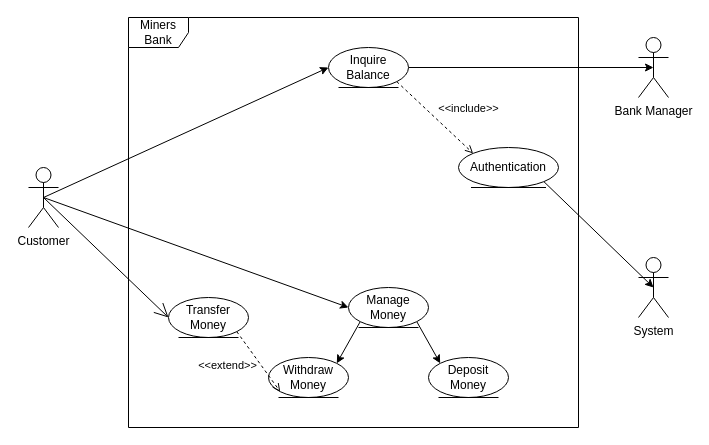
The draw.io diagram UML Diagrams/UML Use Case Diagram.drawio in V00D00M/El-Paso-Miners-Bank, before the edit. Source tidied: cells renumbered, new cells numbered last; positions are measured from the earlier drawing's top-left corner, leaving out a move shared by most shapes. Both pictures are drawn from the tidied source at 100%, with x=0, y=0 at pixel (28, 17).
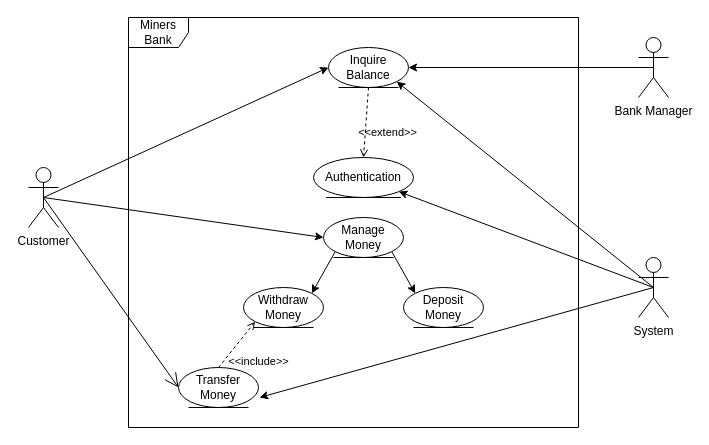
Above is the later version.

Unchanged cells that the change refers to:
```xml
<mxCell id="5" value="Customer" style="shape=umlActor;verticalLabelPosition=bottom;verticalAlign=top;html=1;" parent="1" vertex="1">
  <mxGeometry y="150" width="30" height="60" as="geometry" />
</mxCell>
<mxCell id="6" value="Bank Manager" style="shape=umlActor;verticalLabelPosition=bottom;verticalAlign=top;html=1;" parent="1" vertex="1">
  <mxGeometry x="610" y="20" width="30" height="60" as="geometry" />
</mxCell>
<mxCell id="7" value="System" style="shape=umlActor;verticalLabelPosition=bottom;verticalAlign=top;html=1;" parent="1" vertex="1">
  <mxGeometry x="610" y="240" width="30" height="60" as="geometry" />
</mxCell>
<mxCell id="10" value="Inquire Balance" style="ellipse;shape=umlEntity;whiteSpace=wrap;html=1;" parent="1" vertex="1">
  <mxGeometry x="300" y="30" width="80" height="40" as="geometry" />
</mxCell>
```

Change to the diagram source:
```diff
@@
-    <mxCell id="3" style="edgeStyle=none;html=1;exitX=0.5;exitY=0.5;exitDx=0;exitDy=0;exitPerimeter=0;entryX=0;entryY=0.5;entryDx=0;entryDy=0;" parent="1" edge="1" source="5" target="10">
-      <mxGeometry relative="1" as="geometry" />
-    </mxCell>
@@
+    <mxCell id="21" style="edgeStyle=none;html=1;exitX=0.5;exitY=0.5;exitDx=0;exitDy=0;exitPerimeter=0;entryX=1;entryY=1;entryDx=0;entryDy=0;" parent="1" edge="1" source="7" target="10">
+      <mxGeometry relative="1" as="geometry" />
+    </mxCell>
+    <mxCell id="22" style="edgeStyle=none;html=1;exitX=0.5;exitY=0.5;exitDx=0;exitDy=0;exitPerimeter=0;entryX=1.013;entryY=0.75;entryDx=0;entryDy=0;entryPerimeter=0;" parent="1" edge="1" source="7" target="8">
+      <mxGeometry relative="1" as="geometry" />
+    </mxCell>
@@
     <mxCell id="8" value="Transfer Money" style="ellipse;shape=umlEntity;whiteSpace=wrap;html=1;" parent="1" vertex="1">
-      <mxGeometry x="140" y="280" width="80" height="40" as="geometry" />
+      <mxGeometry x="150" y="350" width="80" height="40" as="geometry" />
     </mxCell>
-    <mxCell id="9" style="edgeStyle=none;html=1;exitX=1;exitY=0.5;exitDx=0;exitDy=0;entryX=0.5;entryY=0.5;entryDx=0;entryDy=0;entryPerimeter=0;" parent="1" edge="1" source="10" target="6">
+    <mxCell id="9" style="edgeStyle=none;html=1;exitX=0.5;exitY=0.5;exitDx=0;exitDy=0;exitPerimeter=0;entryX=1;entryY=0.5;entryDx=0;entryDy=0;" parent="1" edge="1" source="6" target="10">
       <mxGeometry relative="1" as="geometry" />
     </mxCell>
@@
     <mxCell id="13" value="Manage Money" style="ellipse;shape=umlEntity;whiteSpace=wrap;html=1;" parent="1" vertex="1">
-      <mxGeometry x="320" y="270" width="80" height="40" as="geometry" />
+      <mxGeometry x="295" y="200" width="80" height="40" as="geometry" />
     </mxCell>
-    <mxCell id="14" style="edgeStyle=none;html=1;exitX=1;exitY=1;exitDx=0;exitDy=0;entryX=0.5;entryY=0.5;entryDx=0;entryDy=0;entryPerimeter=0;" parent="1" edge="1" source="15" target="7">
+    <mxCell id="14" style="edgeStyle=none;html=1;entryX=1;entryY=1;entryDx=0;entryDy=0;exitX=0.5;exitY=0.5;exitDx=0;exitDy=0;exitPerimeter=0;" parent="1" edge="1" source="7" target="15">
       <mxGeometry relative="1" as="geometry" />
     </mxCell>
     <mxCell id="15" value="Authentication" style="ellipse;shape=umlEntity;whiteSpace=wrap;html=1;" parent="1" vertex="1">
-      <mxGeometry x="430" y="130" width="100" height="40" as="geometry" />
+      <mxGeometry x="285" y="140" width="100" height="40" as="geometry" />
     </mxCell>
@@
     <mxCell id="17" value="Withdraw Money" style="ellipse;shape=umlEntity;whiteSpace=wrap;html=1;" parent="1" vertex="1">
-      <mxGeometry x="240" y="340" width="80" height="40" as="geometry" />
+      <mxGeometry x="215" y="270" width="80" height="40" as="geometry" />
     </mxCell>
     <mxCell id="18" value="Deposit Money" style="ellipse;shape=umlEntity;whiteSpace=wrap;html=1;" parent="1" vertex="1">
-      <mxGeometry x="400" y="340" width="80" height="40" as="geometry" />
+      <mxGeometry x="375" y="270" width="80" height="40" as="geometry" />
     </mxCell>
-    <mxCell id="19" value="&amp;lt;&amp;lt;extend&amp;gt;&amp;gt;" style="html=1;verticalAlign=bottom;labelBackgroundColor=none;endArrow=open;endFill=0;dashed=1;exitX=1;exitY=1;exitDx=0;exitDy=0;entryX=0;entryY=1;entryDx=0;entryDy=0;" parent="1" edge="1" source="8" target="17">
+    <mxCell id="19" value="&amp;lt;&amp;lt;include&amp;gt;&amp;gt;" style="html=1;verticalAlign=bottom;labelBackgroundColor=none;endArrow=open;endFill=0;dashed=1;exitX=0.5;exitY=0;exitDx=0;exitDy=0;entryX=0;entryY=1;entryDx=0;entryDy=0;" parent="1" edge="1" source="8" target="17">
       <mxGeometry x="-0.22" y="-33" relative="1" as="geometry" />
     </mxCell>
-    <mxCell id="20" value="&amp;lt;&amp;lt;include&amp;gt;&amp;gt;" style="html=1;verticalAlign=bottom;labelBackgroundColor=none;endArrow=open;endFill=0;dashed=1;exitX=1;exitY=1;exitDx=0;exitDy=0;entryX=0;entryY=0;entryDx=0;entryDy=0;" parent="1" edge="1" source="10" target="15">
+    <mxCell id="20" value="&amp;lt;&amp;lt;extend&amp;gt;&amp;gt;" style="html=1;verticalAlign=bottom;labelBackgroundColor=none;endArrow=open;endFill=0;dashed=1;exitX=0.5;exitY=1;exitDx=0;exitDy=0;entryX=0.5;entryY=0;entryDx=0;entryDy=0;" parent="1" edge="1" source="10" target="15">
       <mxGeometry x="0.47" y="23" relative="1" as="geometry" />
     </mxCell>
+    <mxCell id="3" style="edgeStyle=none;html=1;exitX=0.5;exitY=0.5;exitDx=0;exitDy=0;exitPerimeter=0;entryX=0;entryY=0.5;entryDx=0;entryDy=0;" parent="1" edge="1" source="5" target="10">
+      <mxGeometry relative="1" as="geometry" />
+    </mxCell>
```
